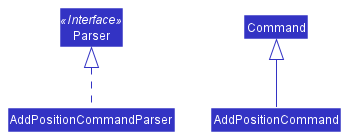
seaweediman/tp keeps this PlantUML diagram as docs/images/AddPosition/AddPositionClassDiagram.png. Above is the earlier version. The source it was exported from:
```plantuml
@startuml
!include style.puml

skinparam class {
    FontColor white
    StereotypeFontColor white
    BorderColor transparent
    ArrowColor LOGIC_COLOR
}

class Parser << Interface >> LOGIC_COLOR
class Command LOGIC_COLOR
class AddPositionCommandParser LOGIC_COLOR
class AddPositionCommand LOGIC_COLOR

skinparam shadowing false

Parser <|.. AddPositionCommandParser
Command <|-- AddPositionCommand

hide methods
hide fields
hide circle

@enduml
```
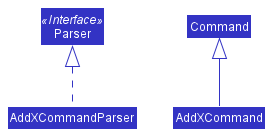
Above is the later version.

Diff of the diagram source:
```diff
@@ -10,13 +10,13 @@
 
 class Parser << Interface >> LOGIC_COLOR
 class Command LOGIC_COLOR
-class AddPositionCommandParser LOGIC_COLOR
-class AddPositionCommand LOGIC_COLOR
+class AddXCommandParser LOGIC_COLOR
+class AddXCommand LOGIC_COLOR
 
 skinparam shadowing false
 
-Parser <|.. AddPositionCommandParser
-Command <|-- AddPositionCommand
+Parser <|.. AddXCommandParser
+Command <|-- AddXCommand
 
 hide methods
 hide fields
```
